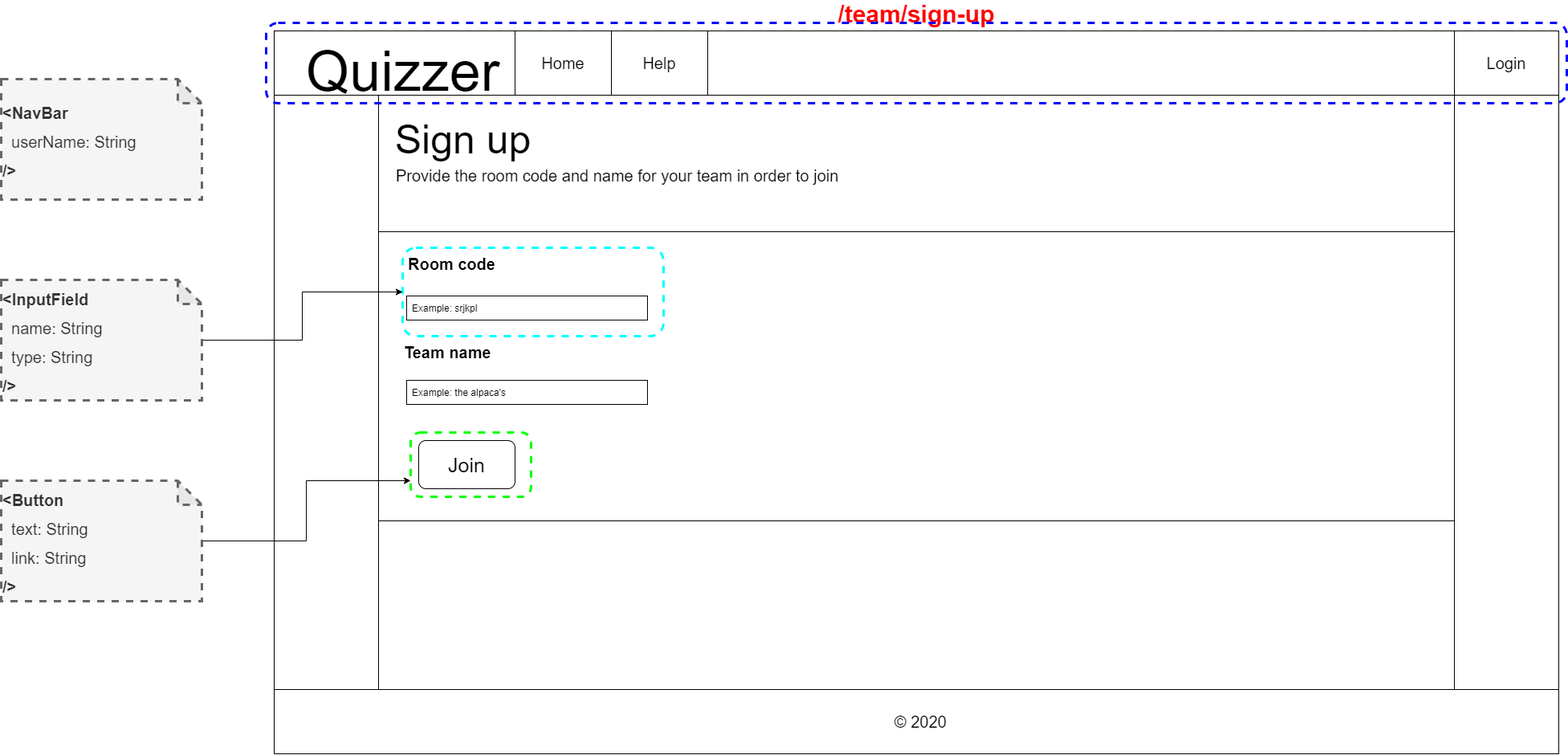
Earlier version of the draw.io export docs/wireframes-with-react-components/team-sign-up.png (IkBenDeSjaak/Quizzer). Source tidied: cells renumbered, new cells last; positions are measured from the earlier drawing's top-left corner, leaving out a move shared by most shapes.
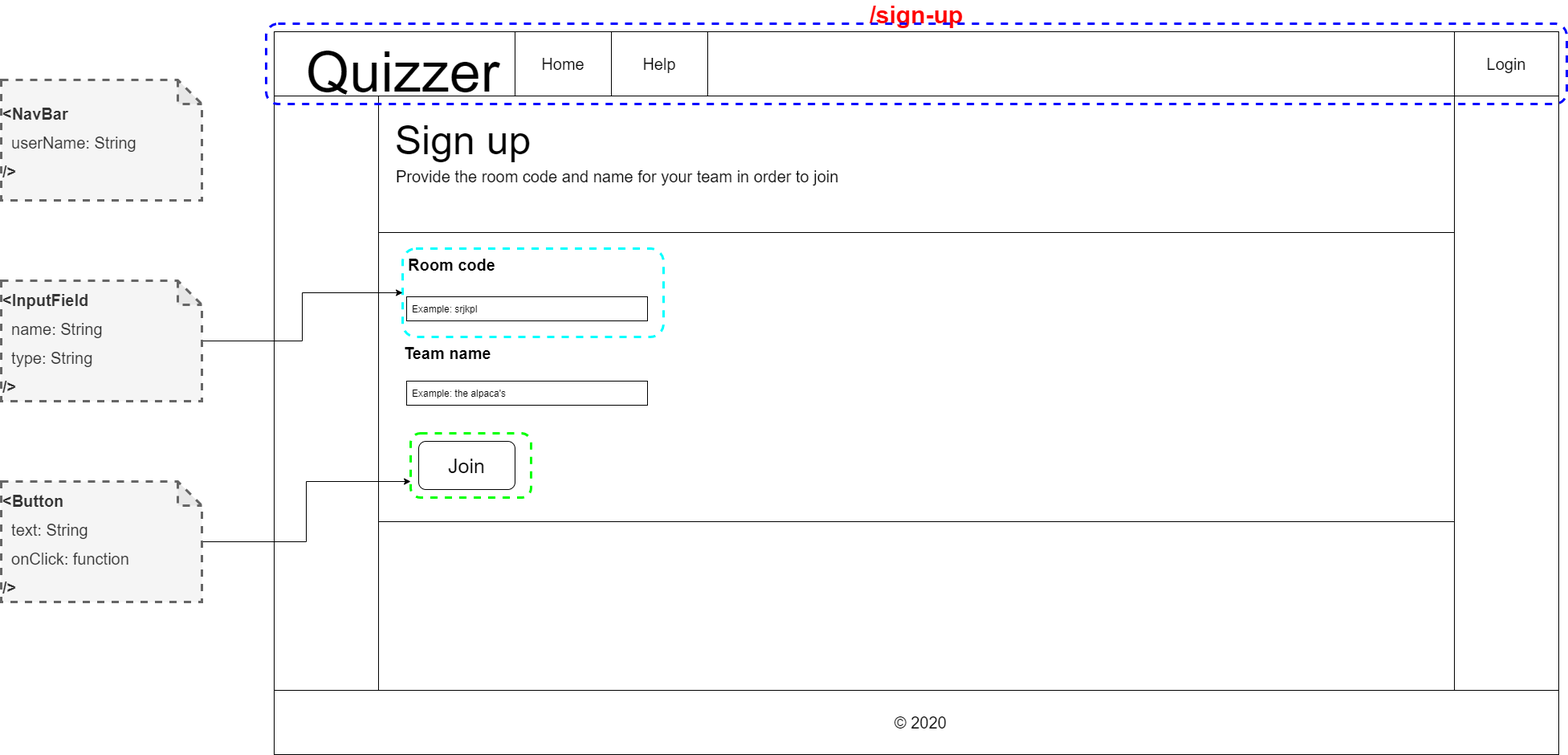
The same file after the commit.

Change to the diagram source:
```diff
@@ -5,7 +5,7 @@
     <mxCell id="2" style="group;" parent="1" vertex="1">
       <mxGeometry x="340" y="10" width="1610" height="900" as="geometry" />
     </mxCell>
-    <mxCell id="3" value="/team/sign-up" style="rounded=0;whiteSpace=wrap;html=1;fontStyle=1;fontSize=30;fontColor=#FF0000;labelPosition=center;verticalLabelPosition=top;align=center;verticalAlign=bottom;" parent="2" vertex="1">
+    <mxCell id="3" value="/sign-up" style="rounded=0;whiteSpace=wrap;html=1;fontStyle=1;fontSize=30;fontColor=#FF0000;labelPosition=center;verticalLabelPosition=top;align=center;verticalAlign=bottom;" parent="2" vertex="1">
       <mxGeometry width="1600" height="900" as="geometry" />
     </mxCell>
     <mxCell id="4" style="rounded=0;whiteSpace=wrap;html=1;" parent="2" vertex="1">
@@ -89,7 +89,7 @@
     <mxCell id="30" style="edgeStyle=orthogonalEdgeStyle;rounded=0;jettySize=auto;html=1;entryX=0;entryY=0.75;entryDx=0;entryDy=0;fontSize=30;" parent="1" edge="1" source="31" target="26">
       <mxGeometry relative="1" as="geometry" />
     </mxCell>
-    <mxCell id="31" value="&lt;b style=&quot;font-size: 20px&quot;&gt;&amp;lt;Button&lt;/b&gt;&lt;br style=&quot;font-size: 20px&quot;&gt;&lt;span style=&quot;font-size: 20px&quot;&gt;&amp;nbsp; text: String&lt;br&gt;&amp;nbsp; link: String&amp;nbsp;&amp;nbsp;&lt;/span&gt;&lt;br style=&quot;font-size: 20px&quot;&gt;&lt;b style=&quot;font-size: 20px&quot;&gt;/&amp;gt;&lt;/b&gt;" style="shape=note;whiteSpace=wrap;html=1;backgroundOutline=1;darkOpacity=0.05;dashed=1;strokeColor=#666666;strokeWidth=3;fillColor=#f5f5f5;fontColor=#333333;align=left;fontSize=30;" parent="1" vertex="1">
+    <mxCell id="31" value="&lt;b style=&quot;font-size: 20px&quot;&gt;&amp;lt;Button&lt;/b&gt;&lt;br style=&quot;font-size: 20px&quot;&gt;&lt;span style=&quot;font-size: 20px&quot;&gt;&amp;nbsp; text: String&lt;br&gt;&amp;nbsp; onClick: function&amp;nbsp;&amp;nbsp;&lt;/span&gt;&lt;br style=&quot;font-size: 20px&quot;&gt;&lt;b style=&quot;font-size: 20px&quot;&gt;/&amp;gt;&lt;/b&gt;" style="shape=note;whiteSpace=wrap;html=1;backgroundOutline=1;darkOpacity=0.05;dashed=1;strokeColor=#666666;strokeWidth=3;fillColor=#f5f5f5;fontColor=#333333;align=left;fontSize=30;" parent="1" vertex="1">
       <mxGeometry y="570" width="250" height="150" as="geometry" />
     </mxCell>
   </root>
```
